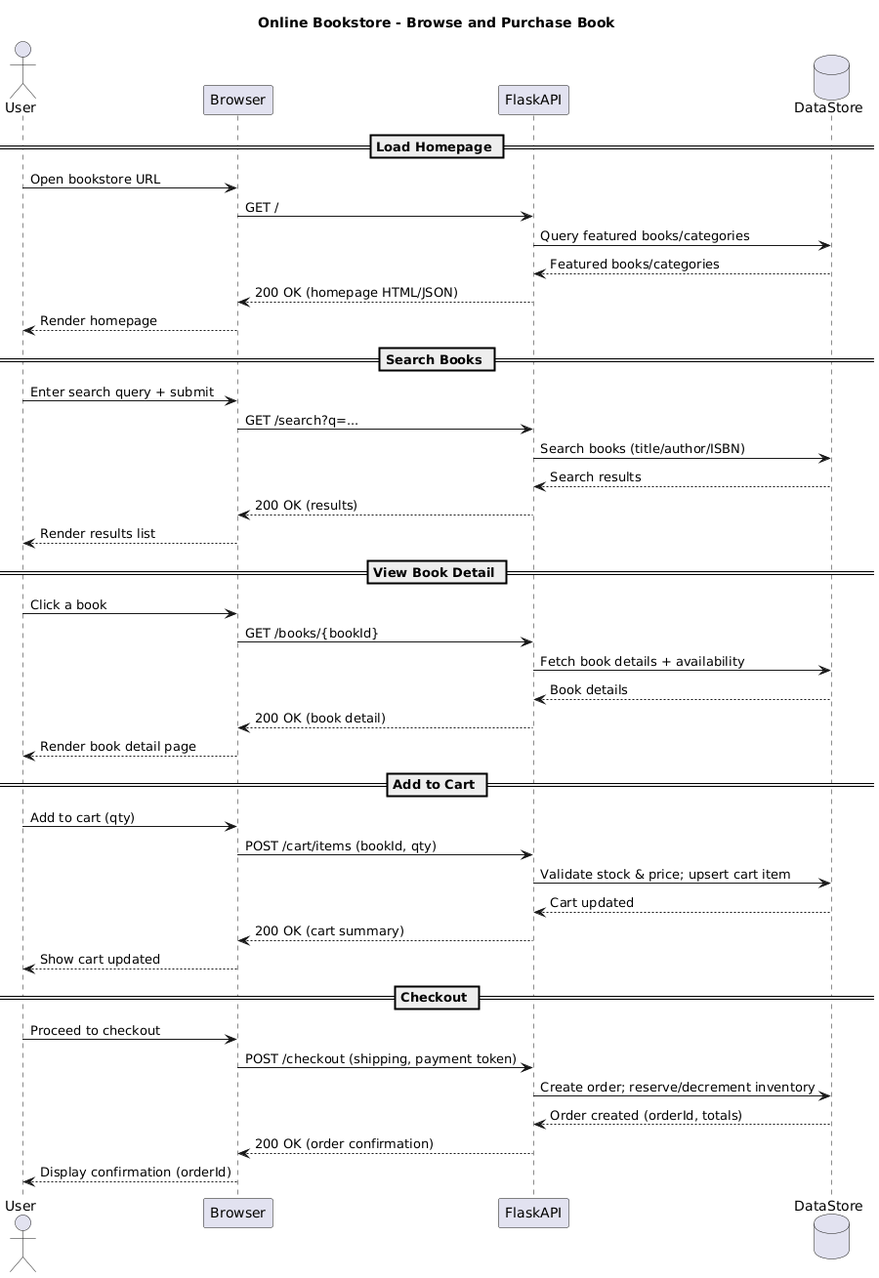
This is Task1/docs/uml/sequence_diagram.png from Ningxu24/dts114-software-component, a PlantUML export, as it was before one commit. Its diagram source:
```plantuml
@startuml
title Online Bookstore - Browse and Purchase Book

actor User
participant Browser
participant FlaskAPI
database DataStore

== Load Homepage ==
User -> Browser: Open bookstore URL
Browser -> FlaskAPI: GET /
FlaskAPI -> DataStore: Query featured books/categories
DataStore --> FlaskAPI: Featured books/categories
FlaskAPI --> Browser: 200 OK (homepage HTML/JSON)
Browser --> User: Render homepage

== Search Books ==
User -> Browser: Enter search query + submit
Browser -> FlaskAPI: GET /search?q=...
FlaskAPI -> DataStore: Search books (title/author/ISBN)
DataStore --> FlaskAPI: Search results
FlaskAPI --> Browser: 200 OK (results)
Browser --> User: Render results list

== View Book Detail ==
User -> Browser: Click a book
Browser -> FlaskAPI: GET /books/{bookId}
FlaskAPI -> DataStore: Fetch book details + availability
DataStore --> FlaskAPI: Book details
FlaskAPI --> Browser: 200 OK (book detail)
Browser --> User: Render book detail page

== Add to Cart ==
User -> Browser: Add to cart (qty)
Browser -> FlaskAPI: POST /cart/items (bookId, qty)
FlaskAPI -> DataStore: Validate stock & price; upsert cart item
DataStore --> FlaskAPI: Cart updated
FlaskAPI --> Browser: 200 OK (cart summary)
Browser --> User: Show cart updated

== Checkout ==
User -> Browser: Proceed to checkout
Browser -> FlaskAPI: POST /checkout (shipping, payment token)
FlaskAPI -> DataStore: Create order; reserve/decrement inventory
DataStore --> FlaskAPI: Order created (orderId, totals)
FlaskAPI --> Browser: 200 OK (order confirmation)
Browser --> User: Display confirmation (orderId)
@enduml
```
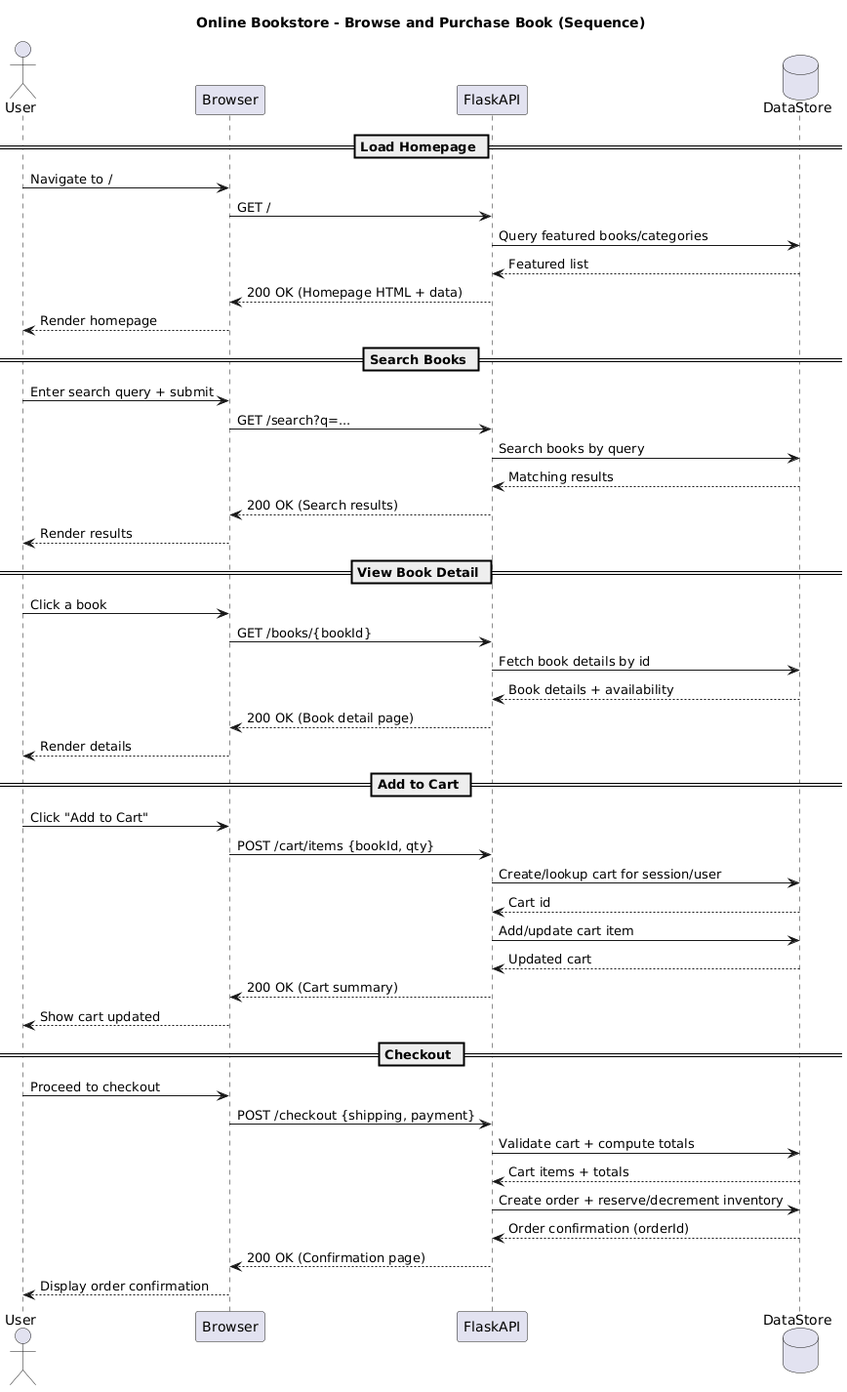
After the commit.

Commit message:
feat: add inception phase, use case diagram, fix requirements.txt auto-generation

The edit, as a diff of the source:
```diff
@@ -1,5 +1,5 @@
 @startuml
-title Online Bookstore - Browse and Purchase Book
+title Online Bookstore - Browse and Purchase Book (Sequence)
 
 actor User
 participant Browser
@@ -7,42 +7,46 @@
 database DataStore
 
 == Load Homepage ==
-User -> Browser: Open bookstore URL
+User -> Browser: Navigate to /
 Browser -> FlaskAPI: GET /
 FlaskAPI -> DataStore: Query featured books/categories
-DataStore --> FlaskAPI: Featured books/categories
-FlaskAPI --> Browser: 200 OK (homepage HTML/JSON)
+DataStore --> FlaskAPI: Featured list
+FlaskAPI --> Browser: 200 OK (Homepage HTML + data)
 Browser --> User: Render homepage
 
 == Search Books ==
 User -> Browser: Enter search query + submit
 Browser -> FlaskAPI: GET /search?q=...
-FlaskAPI -> DataStore: Search books (title/author/ISBN)
-DataStore --> FlaskAPI: Search results
-FlaskAPI --> Browser: 200 OK (results)
-Browser --> User: Render results list
+FlaskAPI -> DataStore: Search books by query
+DataStore --> FlaskAPI: Matching results
+FlaskAPI --> Browser: 200 OK (Search results)
+Browser --> User: Render results
 
 == View Book Detail ==
 User -> Browser: Click a book
 Browser -> FlaskAPI: GET /books/{bookId}
-FlaskAPI -> DataStore: Fetch book details + availability
-DataStore --> FlaskAPI: Book details
-FlaskAPI --> Browser: 200 OK (book detail)
-Browser --> User: Render book detail page
+FlaskAPI -> DataStore: Fetch book details by id
+DataStore --> FlaskAPI: Book details + availability
+FlaskAPI --> Browser: 200 OK (Book detail page)
+Browser --> User: Render details
 
 == Add to Cart ==
-User -> Browser: Add to cart (qty)
-Browser -> FlaskAPI: POST /cart/items (bookId, qty)
-FlaskAPI -> DataStore: Validate stock & price; upsert cart item
-DataStore --> FlaskAPI: Cart updated
-FlaskAPI --> Browser: 200 OK (cart summary)
+User -> Browser: Click "Add to Cart"
+Browser -> FlaskAPI: POST /cart/items {bookId, qty}
+FlaskAPI -> DataStore: Create/lookup cart for session/user
+DataStore --> FlaskAPI: Cart id
+FlaskAPI -> DataStore: Add/update cart item
+DataStore --> FlaskAPI: Updated cart
+FlaskAPI --> Browser: 200 OK (Cart summary)
 Browser --> User: Show cart updated
 
 == Checkout ==
 User -> Browser: Proceed to checkout
-Browser -> FlaskAPI: POST /checkout (shipping, payment token)
-FlaskAPI -> DataStore: Create order; reserve/decrement inventory
-DataStore --> FlaskAPI: Order created (orderId, totals)
-FlaskAPI --> Browser: 200 OK (order confirmation)
-Browser --> User: Display confirmation (orderId)
+Browser -> FlaskAPI: POST /checkout {shipping, payment}
+FlaskAPI -> DataStore: Validate cart + compute totals
+DataStore --> FlaskAPI: Cart items + totals
+FlaskAPI -> DataStore: Create order + reserve/decrement inventory
+DataStore --> FlaskAPI: Order confirmation (orderId)
+FlaskAPI --> Browser: 200 OK (Confirmation page)
+Browser --> User: Display order confirmation
 @enduml
```
